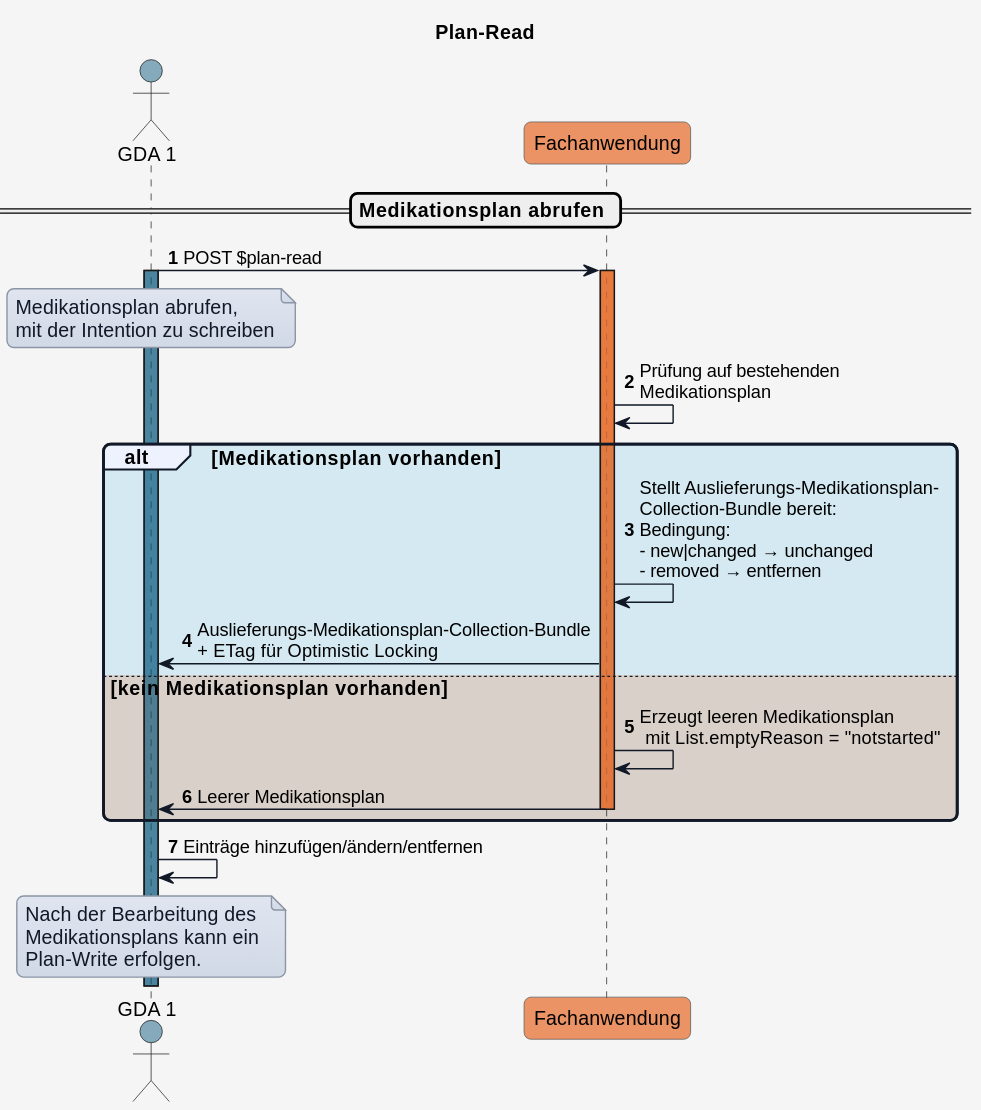
The PlantUML diagram input/images/plantuml/interaction_listread.svg in HL7Austria/ELGA-Core-R4, before a commit.
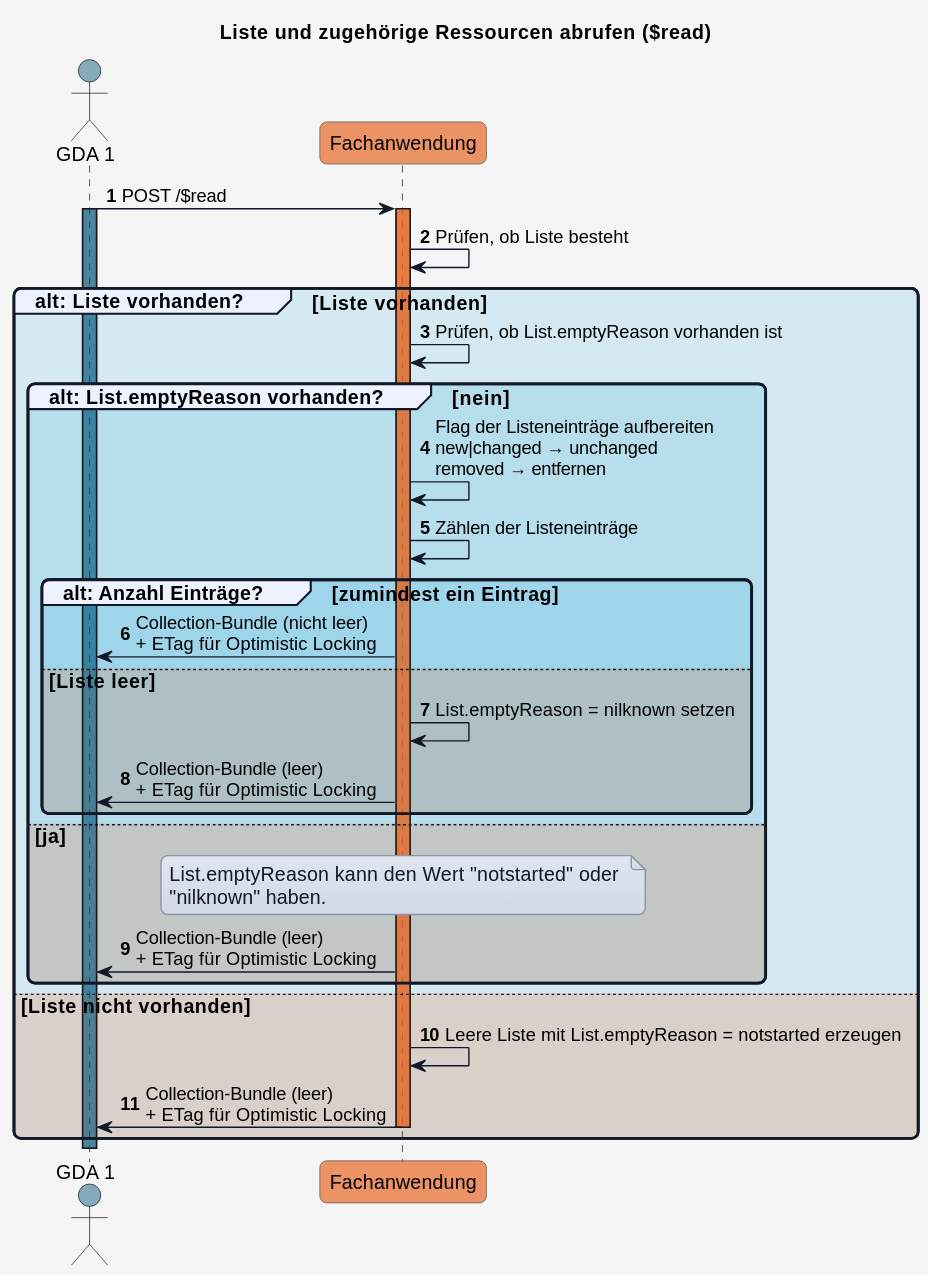
After the commit.

The edit, as a diff of the source:
```diff
@@ -1,5 +1,5 @@
 @startuml
-title Plan-Read
+title Liste und zugehörige Ressourcen abrufen ($read)
 
 
 skinparam borderColor #000000
@@ -42,46 +42,58 @@
 !define COLOR_GDA_1    #15608280
 !define COLOR_GDA_2    #96607D80
 !define COLOR_PATIENT  #196B2480
-!define COLOR_APO      #0F9ED590
-!define COLOR_ELGA_FA  #e97232bd
-!define COLOR_E_REZEPT #cd3732a9
+!define COLOR_FA  #e97232bd
 
 !define COLOR_OK       #0F9ED525
 !define COLOR_ERROR    #E9713235
 
 actor GDA_1 as "GDA 1" COLOR_GDA_1
-participant elga_FA as "Fachanwendung" COLOR_ELGA_FA
-
+participant FA as "Fachanwendung" COLOR_FA
 
 autonumber
 
-== Medikationsplan abrufen ==
+GDA_1 -> FA: POST /$read
+activate GDA_1 COLOR_GDA_1
+activate FA COLOR_FA
 
-GDA_1 -> elga_FA: POST $plan-read
-activate GDA_1 COLOR_GDA_1
+FA -> FA: Prüfen, ob Liste besteht
 
-note over GDA_1
-Medikationsplan abrufen,
-mit der Intention zu schreiben
-end note
+group COLOR_OK alt: Liste vorhanden? [Liste vorhanden]
 
-activate elga_FA COLOR_ELGA_FA
-elga_FA -> elga_FA: Prüfung auf bestehenden\nMedikationsplan
+  FA -> FA: Prüfen, ob List.emptyReason vorhanden ist
 
-alt COLOR_OK Medikationsplan vorhanden
-  elga_FA -> elga_FA: Stellt Auslieferungs-Medikationsplan-\nCollection-Bundle bereit:\nBedingung:\n- new|changed → unchanged\n- removed → entfernen
-  elga_FA -> GDA_1: Auslieferungs-Medikationsplan-Collection-Bundle\n+ ETag für Optimistic Locking
-else COLOR_ERROR kein Medikationsplan vorhanden
-  elga_FA -> elga_FA: Erzeugt leeren Medikationsplan\n mit List.emptyReason = "notstarted"
-  elga_FA -> GDA_1: Leerer Medikationsplan
-  deactivate elga_FA
+  group COLOR_OK alt: List.emptyReason vorhanden? [nein]
+
+    FA -> FA: Flag der Listeneinträge aufbereiten\nnew|changed → unchanged\nremoved → entfernen
+    FA -> FA: Zählen der Listeneinträge
+
+    group COLOR_OK alt: Anzahl Einträge? [zumindest ein Eintrag]
+
+      FA -> GDA_1: Collection-Bundle (nicht leer)\n+ ETag für Optimistic Locking
+
+    else COLOR_ERROR Liste leer
+
+      FA -> FA: List.emptyReason = nilknown setzen
+      FA -> GDA_1: Collection-Bundle (leer)\n+ ETag für Optimistic Locking
+
+    end
+
+  else COLOR_ERROR ja
+
+    note over FA
+      List.emptyReason kann den Wert "notstarted" oder
+      "nilknown" haben.
+    end note
+    FA -> GDA_1: Collection-Bundle (leer)\n+ ETag für Optimistic Locking
+
+  end
+else COLOR_ERROR Liste nicht vorhanden
+
+  FA -> FA: Leere Liste mit List.emptyReason = notstarted erzeugen
+  FA -> GDA_1: Collection-Bundle (leer)\n+ ETag für Optimistic Locking
+  deactivate FA
+
 end
 
-GDA_1 -> GDA_1: Einträge hinzufügen/ändern/entfernen
-
-note over GDA_1
-Nach der Bearbeitung des
-Medikationsplans kann ein
-Plan-Write erfolgen.
-end note
+deactivate GDA_1
 @enduml
```
